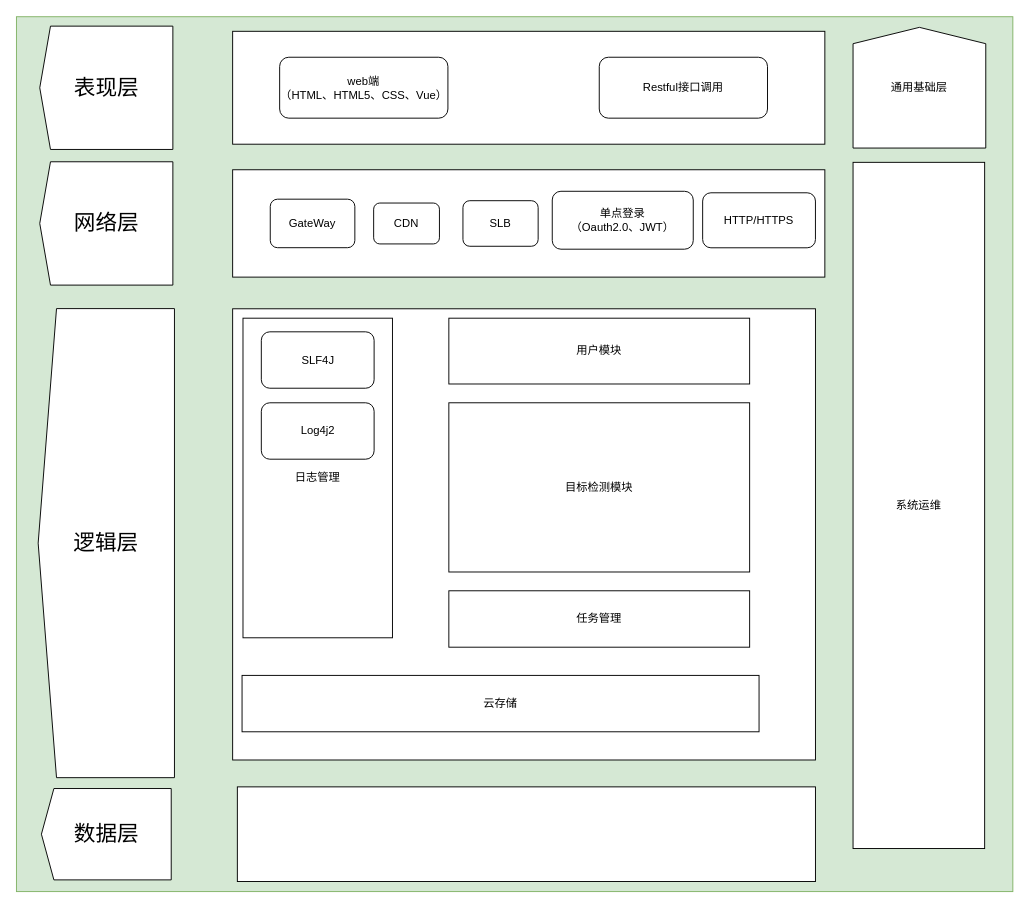
The draw.io diagram DrawIO_file/毕业论文画图/小目标检测系统架构图.drawio in DingDongZz/typera_PicGO, before the edit. Source tidied: cells renumbered, new cells numbered last; positions are measured from the earlier drawing's top-left corner, leaving out a move shared by most shapes. Both pictures are drawn from the tidied source at 94%, with x=0, y=0 at pixel (-129, 16).
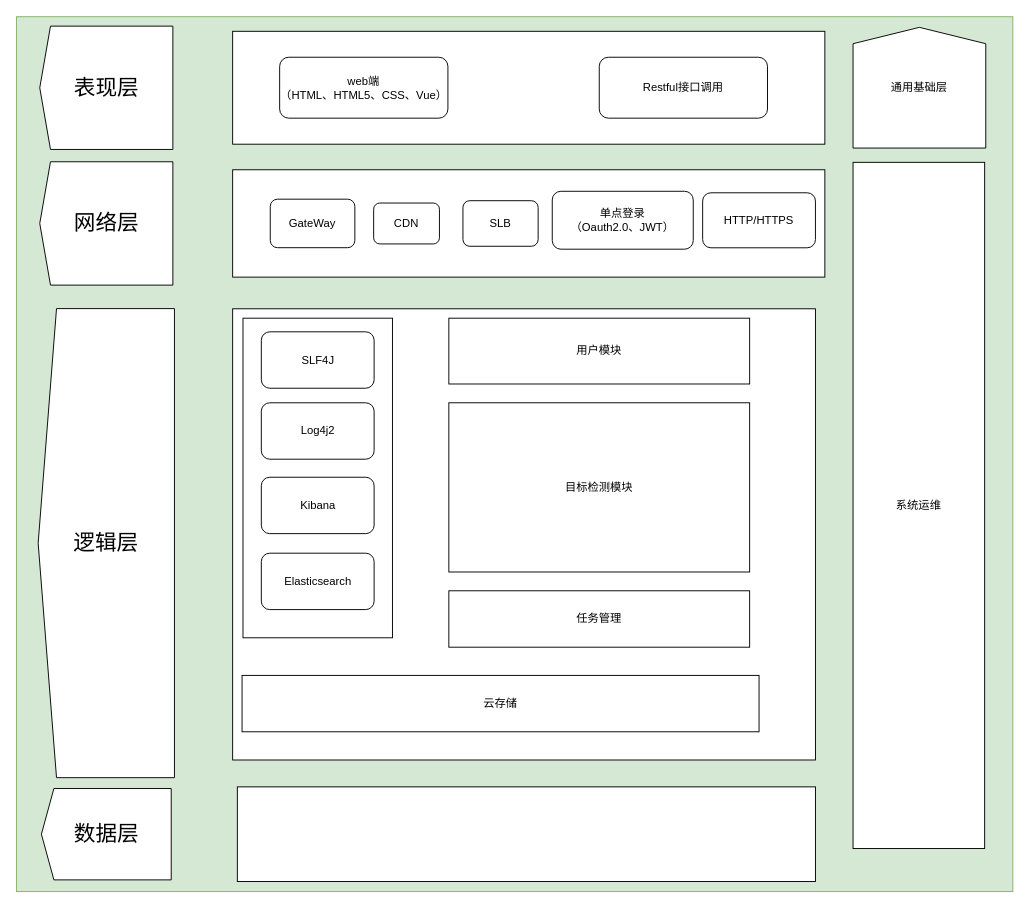
Above is the later version.

Commit message (it also covers changes not shown here):
更新小目标检测系统架构图.drawio

The edit, as a diff of the source:
```diff
@@
-    <mxCell id="13" value="日志管理" style="rounded=0;whiteSpace=wrap;html=1;" parent="1" vertex="1">
+    <mxCell id="13" style="rounded=0;whiteSpace=wrap;html=1;" parent="1" vertex="1">
       <mxGeometry x="395" y="321" width="159" height="340" as="geometry" />
     </mxCell>
@@
+    <mxCell id="28" value="Kibana" style="rounded=1;whiteSpace=wrap;html=1;" parent="1" vertex="1">
+      <mxGeometry x="414.5" y="490.2" width="120" height="60" as="geometry" />
+    </mxCell>
+    <mxCell id="29" value="Elasticsearch" style="rounded=1;whiteSpace=wrap;html=1;" parent="1" vertex="1">
+      <mxGeometry x="414.5" y="571" width="120" height="60" as="geometry" />
+    </mxCell>
```
